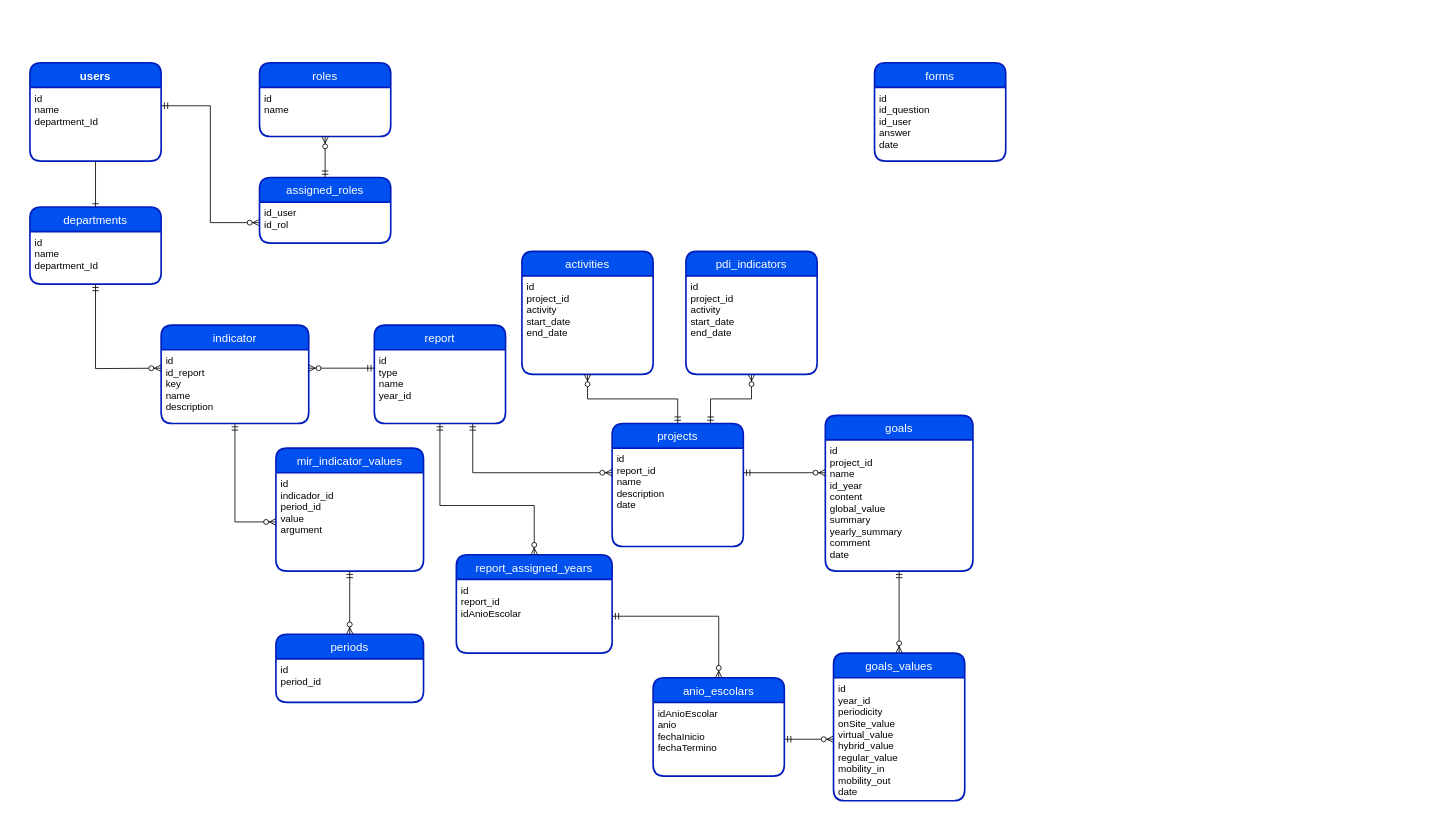
cristinacrs/diagrams keeps this draw.io diagram as Indicators.drawio. Above is the earlier version. Source tidied: cells renumbered, new cells numbered last; positions are measured from the earlier drawing's top-left corner, leaving out a move shared by most shapes. Both pictures are drawn from the tidied source at 82%, with x=0, y=0 at pixel (30, 62).
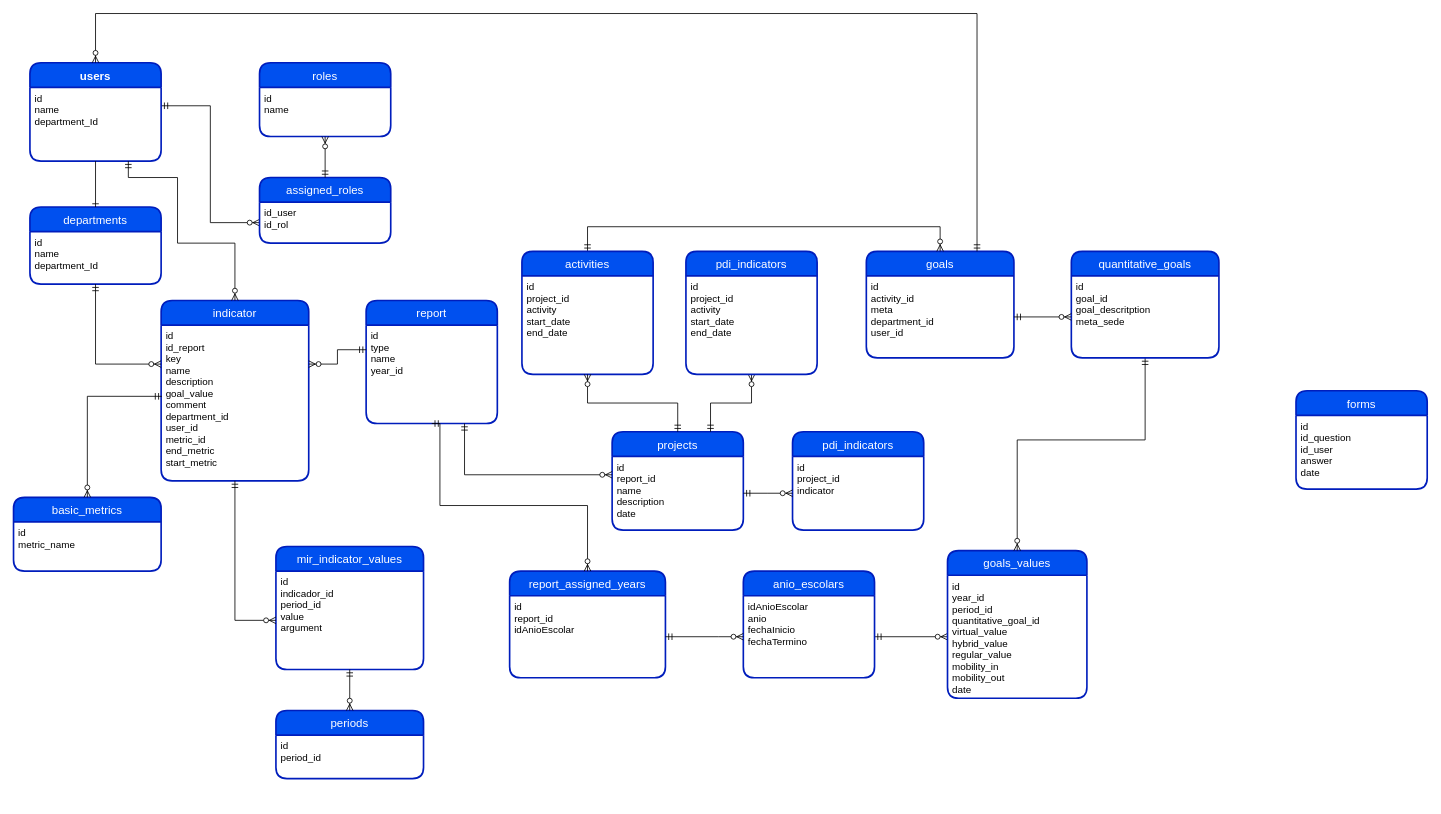
The same page after the edit.

Unchanged cells that the change refers to:
```xml
<mxCell id="3" value="users" style="swimlane;horizontal=1;startSize=30;rounded=1;fontSize=14;fontStyle=1;strokeWidth=2;shadow=0;dashed=0;align=center;fillColor=#0050ef;fontColor=#ffffff;strokeColor=#001DBC;" parent="1" vertex="1">
  <mxGeometry width="160" height="120" as="geometry" />
</mxCell>
<mxCell id="4" value="id&#10;name&#10;department_Id" style="align=left;strokeColor=none;fillColor=none;spacingLeft=4;fontSize=12;verticalAlign=top;" parent="3" vertex="1">
  <mxGeometry y="30" width="160" height="90" as="geometry" />
</mxCell>
<mxCell id="6" value="id&#10;name&#10;department_Id" style="align=left;strokeColor=none;fillColor=none;spacingLeft=4;fontSize=12;verticalAlign=top;" parent="5" vertex="1">
  <mxGeometry y="30" width="160" height="64" as="geometry" />
</mxCell>
<mxCell id="44" value="activities" style="swimlane;horizontal=1;startSize=30;rounded=1;fontSize=14;fontStyle=0;strokeWidth=2;shadow=0;dashed=0;align=center;fillColor=#0050ef;fontColor=#ffffff;strokeColor=#001DBC;" parent="1" vertex="1">
  <mxGeometry x="600" y="230" width="160" height="150" as="geometry" />
</mxCell>
```

Diff of the diagram source:
```diff
@@
-    <mxCell id="14" value="forms" style="swimlane;horizontal=1;startSize=30;rounded=1;fontSize=14;fontStyle=0;strokeWidth=2;shadow=0;dashed=0;align=center;fillColor=#0050ef;fontColor=#ffffff;strokeColor=#001DBC;" parent="1" vertex="1">
-      <mxGeometry x="1030" width="160" height="120" as="geometry" />
-    </mxCell>
-    <mxCell id="15" value="id&#10;id_question&#10;id_user&#10;answer&#10;date" style="align=left;strokeColor=none;fillColor=none;spacingLeft=4;fontSize=12;verticalAlign=top;" parent="14" vertex="1">
-      <mxGeometry y="30" width="160" height="90" as="geometry" />
-    </mxCell>
     <mxCell id="16" value="report" style="swimlane;horizontal=1;startSize=30;rounded=1;fontSize=14;fontStyle=0;strokeWidth=2;shadow=0;dashed=0;align=center;fillColor=#0050ef;fontColor=#ffffff;strokeColor=#001DBC;" parent="1" vertex="1">
-      <mxGeometry x="420" y="320" width="160" height="120" as="geometry" />
+      <mxGeometry x="410" y="290" width="160" height="150" as="geometry" />
     </mxCell>
     <mxCell id="17" value="id&#10;type&#10;name&#10;year_id" style="align=left;strokeColor=none;fillColor=none;spacingLeft=4;fontSize=12;verticalAlign=top;" parent="16" vertex="1">
-      <mxGeometry y="30" width="160" height="90" as="geometry" />
+      <mxGeometry y="30" width="160" height="120" as="geometry" />
     </mxCell>
     <mxCell id="18" value="indicator" style="swimlane;horizontal=1;startSize=30;rounded=1;fontSize=14;fontStyle=0;strokeWidth=2;shadow=0;dashed=0;align=center;fillColor=#0050ef;fontColor=#ffffff;strokeColor=#001DBC;" parent="1" vertex="1">
-      <mxGeometry x="160" y="320" width="180" height="120" as="geometry" />
+      <mxGeometry x="160" y="290" width="180" height="220" as="geometry" />
     </mxCell>
-    <mxCell id="19" value="id&#10;id_report&#10;key&#10;name&#10;description" style="align=left;strokeColor=none;fillColor=none;spacingLeft=4;fontSize=12;verticalAlign=top;" parent="18" vertex="1">
-      <mxGeometry y="30" width="180" height="90" as="geometry" />
+    <mxCell id="19" value="id&#10;id_report&#10;key&#10;name&#10;description&#10;goal_value&#10;comment&#10;department_id&#10;user_id&#10;metric_id&#10;end_metric&#10;start_metric" style="align=left;strokeColor=none;fillColor=none;spacingLeft=4;fontSize=12;verticalAlign=top;" parent="18" vertex="1">
+      <mxGeometry y="30" width="180" height="190" as="geometry" />
     </mxCell>
-    <mxCell id="20" style="fontSize=12;html=1;endArrow=ERzeroToMany;startArrow=ERmandOne;rounded=0;verticalAlign=bottom;labelPosition=center;verticalLabelPosition=top;align=center;entryX=0;entryY=0.25;entryDx=0;entryDy=0;exitX=0.5;exitY=1;exitDx=0;exitDy=0;" parent="1" edge="1" source="6" target="19">
-      <mxGeometry relative="1" as="geometry">
-        <Array as="points">
-          <mxPoint x="80" y="373" />
-        </Array>
-      </mxGeometry>
+    <mxCell id="20" style="fontSize=12;html=1;endArrow=ERzeroToMany;startArrow=ERmandOne;rounded=0;verticalAlign=bottom;labelPosition=center;verticalLabelPosition=top;align=center;entryX=0;entryY=0.25;entryDx=0;entryDy=0;exitX=0.5;exitY=1;exitDx=0;exitDy=0;edgeStyle=orthogonalEdgeStyle;" parent="1" edge="1" source="6" target="19">
+      <mxGeometry relative="1" as="geometry" />
     </mxCell>
     <mxCell id="21" value="mir_indicator_values" style="swimlane;horizontal=1;startSize=30;rounded=1;fontSize=14;fontStyle=0;strokeWidth=2;shadow=0;dashed=0;align=center;fillColor=#0050ef;fontColor=#ffffff;strokeColor=#001DBC;" parent="1" vertex="1">
-      <mxGeometry x="300" y="470" width="180" height="150" as="geometry" />
+      <mxGeometry x="300" y="590" width="180" height="150" as="geometry" />
     </mxCell>
@@
-    <mxCell id="23" style="fontSize=12;html=1;endArrow=ERzeroToMany;startArrow=ERmandOne;rounded=0;verticalAlign=bottom;labelPosition=center;verticalLabelPosition=top;align=center;entryX=1;entryY=0.25;entryDx=0;entryDy=0;exitX=0;exitY=0.25;exitDx=0;exitDy=0;" parent="1" edge="1" source="17" target="19">
+    <mxCell id="23" style="fontSize=12;html=1;endArrow=ERzeroToMany;startArrow=ERmandOne;rounded=0;verticalAlign=bottom;labelPosition=center;verticalLabelPosition=top;align=center;entryX=1;entryY=0.25;entryDx=0;entryDy=0;exitX=0;exitY=0.25;exitDx=0;exitDy=0;edgeStyle=orthogonalEdgeStyle;" parent="1" edge="1" source="17" target="19">
       <mxGeometry relative="1" as="geometry" />
     </mxCell>
@@
     <mxCell id="25" value="projects" style="swimlane;horizontal=1;startSize=30;rounded=1;fontSize=14;fontStyle=0;strokeWidth=2;shadow=0;dashed=0;align=center;fillColor=#0050ef;fontColor=#ffffff;strokeColor=#001DBC;" parent="1" vertex="1">
-      <mxGeometry x="710" y="440" width="160" height="150" as="geometry" />
+      <mxGeometry x="710" y="450" width="160" height="120" as="geometry" />
     </mxCell>
     <mxCell id="26" value="id&#10;report_id&#10;name&#10;description&#10;date" style="align=left;strokeColor=none;fillColor=none;spacingLeft=4;fontSize=12;verticalAlign=top;" parent="25" vertex="1">
-      <mxGeometry y="30" width="160" height="120" as="geometry" />
+      <mxGeometry y="30" width="160" height="90" as="geometry" />
     </mxCell>
@@
     <mxCell id="28" value="goals" style="swimlane;horizontal=1;startSize=30;rounded=1;fontSize=14;fontStyle=0;strokeWidth=2;shadow=0;dashed=0;align=center;fillColor=#0050ef;fontColor=#ffffff;strokeColor=#001DBC;" parent="1" vertex="1">
-      <mxGeometry x="970" y="430" width="180" height="190" as="geometry" />
+      <mxGeometry x="1020" y="230" width="180" height="130" as="geometry" />
     </mxCell>
-    <mxCell id="29" value="id&#10;project_id&#10;name&#10;id_year&#10;content&#10;global_value&#10;summary&#10;yearly_summary&#10;comment&#10;date" style="align=left;strokeColor=none;fillColor=none;spacingLeft=4;fontSize=12;verticalAlign=top;" parent="28" vertex="1">
-      <mxGeometry y="30" width="180" height="160" as="geometry" />
+    <mxCell id="29" value="id&#10;activity_id&#10;meta&#10;department_id&#10;user_id" style="align=left;strokeColor=none;fillColor=none;spacingLeft=4;fontSize=12;verticalAlign=top;" parent="28" vertex="1">
+      <mxGeometry y="30" width="180" height="100" as="geometry" />
     </mxCell>
-    <mxCell id="30" style="fontSize=12;html=1;endArrow=ERzeroToMany;startArrow=ERmandOne;rounded=0;verticalAlign=bottom;labelPosition=center;verticalLabelPosition=top;align=center;exitX=1;exitY=0.25;exitDx=0;exitDy=0;edgeStyle=orthogonalEdgeStyle;entryX=0;entryY=0.25;entryDx=0;entryDy=0;" parent="1" edge="1" source="26" target="29">
-      <mxGeometry relative="1" as="geometry" />
+    <mxCell id="30" style="fontSize=12;html=1;endArrow=ERzeroToMany;startArrow=ERmandOne;rounded=0;verticalAlign=bottom;labelPosition=center;verticalLabelPosition=top;align=center;exitX=0.5;exitY=0;exitDx=0;exitDy=0;edgeStyle=orthogonalEdgeStyle;entryX=0.5;entryY=0;entryDx=0;entryDy=0;" parent="1" edge="1" source="44" target="28">
+      <mxGeometry relative="1" as="geometry">
+        <Array as="points">
+          <mxPoint x="680" y="200" />
+          <mxPoint x="1110" y="200" />
+        </Array>
+      </mxGeometry>
     </mxCell>
@@
     <mxCell id="32" value="goals_values" style="swimlane;horizontal=1;startSize=30;rounded=1;fontSize=14;fontStyle=0;strokeWidth=2;shadow=0;dashed=0;align=center;fillColor=#0050ef;fontColor=#ffffff;strokeColor=#001DBC;" parent="1" vertex="1">
-      <mxGeometry x="980" y="720" width="160" height="180" as="geometry" />
+      <mxGeometry x="1119" y="595" width="170" height="180" as="geometry" />
     </mxCell>
-    <mxCell id="33" value="id&#10;year_id&#10;periodicity&#10;onSite_value&#10;virtual_value&#10;hybrid_value&#10;regular_value&#10;mobility_in&#10;mobility_out&#10;date" style="align=left;strokeColor=none;fillColor=none;spacingLeft=4;fontSize=12;verticalAlign=top;" parent="32" vertex="1">
-      <mxGeometry y="30" width="160" height="150" as="geometry" />
+    <mxCell id="33" value="id&#10;year_id&#10;period_id&#10;quantitative_goal_id&#10;virtual_value&#10;hybrid_value&#10;regular_value&#10;mobility_in&#10;mobility_out&#10;date" style="align=left;strokeColor=none;fillColor=none;spacingLeft=4;fontSize=12;verticalAlign=top;" parent="32" vertex="1">
+      <mxGeometry y="30" width="170" height="150" as="geometry" />
     </mxCell>
-    <mxCell id="34" style="fontSize=12;html=1;endArrow=ERzeroToMany;startArrow=ERmandOne;rounded=0;verticalAlign=bottom;labelPosition=center;verticalLabelPosition=top;align=center;edgeStyle=orthogonalEdgeStyle;entryX=0.5;entryY=0;entryDx=0;entryDy=0;exitX=0.5;exitY=1;exitDx=0;exitDy=0;" parent="1" edge="1" source="29" target="32">
+    <mxCell id="34" style="fontSize=12;html=1;endArrow=ERzeroToMany;startArrow=ERmandOne;rounded=0;verticalAlign=bottom;labelPosition=center;verticalLabelPosition=top;align=center;edgeStyle=orthogonalEdgeStyle;entryX=0.5;entryY=0;entryDx=0;entryDy=0;exitX=0.5;exitY=1;exitDx=0;exitDy=0;" parent="1" edge="1" source="54" target="32">
       <mxGeometry relative="1" as="geometry">
         <Array as="points">
-          <mxPoint x="1060" y="720" />
+          <mxPoint x="1360" y="460" />
         </Array>
       </mxGeometry>
     </mxCell>
     <mxCell id="35" value="periods" style="swimlane;horizontal=1;startSize=30;rounded=1;fontSize=14;fontStyle=0;strokeWidth=2;shadow=0;dashed=0;align=center;fillColor=#0050ef;fontColor=#ffffff;strokeColor=#001DBC;" parent="1" vertex="1">
-      <mxGeometry x="300" y="697" width="180" height="83" as="geometry" />
+      <mxGeometry x="300" y="790" width="180" height="83" as="geometry" />
     </mxCell>
@@
     <mxCell id="38" value="report_assigned_years" style="swimlane;horizontal=1;startSize=30;rounded=1;fontSize=14;fontStyle=0;strokeWidth=2;shadow=0;dashed=0;align=center;fillColor=#0050ef;fontColor=#ffffff;strokeColor=#001DBC;" parent="1" vertex="1">
-      <mxGeometry x="520" y="600" width="190" height="120" as="geometry" />
+      <mxGeometry x="585" y="620" width="190" height="130" as="geometry" />
     </mxCell>
     <mxCell id="39" value="id&#10;report_id&#10;idAnioEscolar" style="align=left;strokeColor=none;fillColor=none;spacingLeft=4;fontSize=12;verticalAlign=top;" parent="38" vertex="1">
-      <mxGeometry y="30" width="190" height="90" as="geometry" />
+      <mxGeometry y="30" width="190" height="100" as="geometry" />
     </mxCell>
     <mxCell id="40" style="fontSize=12;html=1;endArrow=ERzeroToMany;startArrow=ERmandOne;rounded=0;verticalAlign=bottom;labelPosition=center;verticalLabelPosition=top;align=center;edgeStyle=orthogonalEdgeStyle;entryX=0.5;entryY=0;entryDx=0;entryDy=0;exitX=0.5;exitY=1;exitDx=0;exitDy=0;" parent="1" edge="1" source="17" target="38">
       <mxGeometry relative="1" as="geometry">
         <Array as="points">
           <mxPoint x="500" y="540" />
-          <mxPoint x="615" y="540" />
+          <mxPoint x="680" y="540" />
         </Array>
       </mxGeometry>
     </mxCell>
     <mxCell id="41" value="anio_escolars" style="swimlane;horizontal=1;startSize=30;rounded=1;fontSize=14;fontStyle=0;strokeWidth=2;shadow=0;dashed=0;align=center;fillColor=#0050ef;fontColor=#ffffff;strokeColor=#001DBC;" parent="1" vertex="1">
-      <mxGeometry x="760" y="750" width="160" height="120" as="geometry" />
+      <mxGeometry x="870" y="620" width="160" height="130" as="geometry" />
     </mxCell>
     <mxCell id="42" value="idAnioEscolar&#10;anio&#10;fechaInicio&#10;fechaTermino" style="align=left;strokeColor=none;fillColor=none;spacingLeft=4;fontSize=12;verticalAlign=top;" parent="41" vertex="1">
-      <mxGeometry y="30" width="160" height="90" as="geometry" />
+      <mxGeometry y="30" width="160" height="100" as="geometry" />
     </mxCell>
-    <mxCell id="43" style="fontSize=12;html=1;endArrow=ERzeroToMany;startArrow=ERmandOne;rounded=0;verticalAlign=bottom;labelPosition=center;verticalLabelPosition=top;align=center;exitX=1;exitY=0.5;exitDx=0;exitDy=0;edgeStyle=orthogonalEdgeStyle;entryX=0.5;entryY=0;entryDx=0;entryDy=0;" parent="1" edge="1" source="39" target="41">
-      <mxGeometry relative="1" as="geometry" />
+    <mxCell id="43" style="fontSize=12;html=1;endArrow=ERzeroToMany;startArrow=ERmandOne;rounded=0;verticalAlign=bottom;labelPosition=center;verticalLabelPosition=top;align=center;edgeStyle=orthogonalEdgeStyle;entryX=0;entryY=0.5;entryDx=0;entryDy=0;exitX=1;exitY=0.5;exitDx=0;exitDy=0;" parent="1" edge="1" source="39" target="42">
+      <mxGeometry relative="1" as="geometry">
+        <Array as="points">
+          <mxPoint x="840" y="700" />
+          <mxPoint x="840" y="700" />
+        </Array>
+      </mxGeometry>
     </mxCell>
@@
+    <mxCell id="14" value="forms" style="swimlane;horizontal=1;startSize=30;rounded=1;fontSize=14;fontStyle=0;strokeWidth=2;shadow=0;dashed=0;align=center;fillColor=#0050ef;fontColor=#ffffff;strokeColor=#001DBC;" parent="1" vertex="1">
+      <mxGeometry x="1544" y="400" width="160" height="120" as="geometry" />
+    </mxCell>
+    <mxCell id="15" value="id&#10;id_question&#10;id_user&#10;answer&#10;date" style="align=left;strokeColor=none;fillColor=none;spacingLeft=4;fontSize=12;verticalAlign=top;" parent="14" vertex="1">
+      <mxGeometry y="30" width="160" height="90" as="geometry" />
+    </mxCell>
+    <mxCell id="50" value="pdi_indicators" style="swimlane;horizontal=1;startSize=30;rounded=1;fontSize=14;fontStyle=0;strokeWidth=2;shadow=0;dashed=0;align=center;fillColor=#0050ef;fontColor=#ffffff;strokeColor=#001DBC;" parent="1" vertex="1">
+      <mxGeometry x="930" y="450" width="160" height="120" as="geometry" />
+    </mxCell>
+    <mxCell id="51" value="id&#10;project_id&#10;indicator" style="align=left;strokeColor=none;fillColor=none;spacingLeft=4;fontSize=12;verticalAlign=top;" parent="50" vertex="1">
+      <mxGeometry y="30" width="160" height="90" as="geometry" />
+    </mxCell>
+    <mxCell id="52" style="fontSize=12;html=1;endArrow=ERzeroToMany;startArrow=ERmandOne;rounded=0;verticalAlign=bottom;labelPosition=center;verticalLabelPosition=top;align=center;edgeStyle=orthogonalEdgeStyle;exitX=1;exitY=0.5;exitDx=0;exitDy=0;entryX=0;entryY=0.5;entryDx=0;entryDy=0;" parent="1" edge="1" source="26" target="51">
+      <mxGeometry relative="1" as="geometry">
+        <Array as="points">
+          <mxPoint x="900" y="525" />
+          <mxPoint x="900" y="525" />
+        </Array>
+      </mxGeometry>
+    </mxCell>
+    <mxCell id="53" value="quantitative_goals" style="swimlane;horizontal=1;startSize=30;rounded=1;fontSize=14;fontStyle=0;strokeWidth=2;shadow=0;dashed=0;align=center;fillColor=#0050ef;fontColor=#ffffff;strokeColor=#001DBC;" parent="1" vertex="1">
+      <mxGeometry x="1270" y="230" width="180" height="130" as="geometry" />
+    </mxCell>
+    <mxCell id="54" value="id&#10;goal_id&#10;goal_descritption&#10;meta_sede&#10;" style="align=left;strokeColor=none;fillColor=none;spacingLeft=4;fontSize=12;verticalAlign=top;" parent="53" vertex="1">
+      <mxGeometry y="30" width="180" height="100" as="geometry" />
+    </mxCell>
+    <mxCell id="55" style="fontSize=12;html=1;endArrow=ERzeroToMany;startArrow=ERmandOne;rounded=0;verticalAlign=bottom;labelPosition=center;verticalLabelPosition=top;align=center;edgeStyle=orthogonalEdgeStyle;entryX=0;entryY=0.5;entryDx=0;entryDy=0;exitX=1;exitY=0.5;exitDx=0;exitDy=0;" parent="1" edge="1" source="29" target="54">
+      <mxGeometry relative="1" as="geometry" />
+    </mxCell>
+    <mxCell id="56" style="fontSize=12;html=1;endArrow=ERzeroToMany;startArrow=ERmandOne;rounded=0;verticalAlign=bottom;labelPosition=center;verticalLabelPosition=top;align=center;entryX=0.5;entryY=0;entryDx=0;entryDy=0;exitX=0.75;exitY=0;exitDx=0;exitDy=0;edgeStyle=orthogonalEdgeStyle;" parent="1" edge="1" source="28" target="3">
+      <mxGeometry relative="1" as="geometry">
+        <Array as="points">
+          <mxPoint x="1155" y="-60" />
+          <mxPoint x="80" y="-60" />
+        </Array>
+      </mxGeometry>
+    </mxCell>
+    <mxCell id="57" value="basic_metrics" style="swimlane;horizontal=1;startSize=30;rounded=1;fontSize=14;fontStyle=0;strokeWidth=2;shadow=0;dashed=0;align=center;fillColor=#0050ef;fontColor=#ffffff;strokeColor=#001DBC;" parent="1" vertex="1">
+      <mxGeometry x="-20" y="530" width="180" height="90" as="geometry" />
+    </mxCell>
+    <mxCell id="58" value="id&#10;metric_name" style="align=left;strokeColor=none;fillColor=none;spacingLeft=4;fontSize=12;verticalAlign=top;" parent="57" vertex="1">
+      <mxGeometry y="30" width="180" height="60" as="geometry" />
+    </mxCell>
+    <mxCell id="59" style="fontSize=12;html=1;endArrow=ERzeroToMany;startArrow=ERmandOne;rounded=0;verticalAlign=bottom;labelPosition=center;verticalLabelPosition=top;align=center;exitX=0.005;exitY=0.457;exitDx=0;exitDy=0;edgeStyle=orthogonalEdgeStyle;entryX=0.5;entryY=0;entryDx=0;entryDy=0;exitPerimeter=0;" parent="1" edge="1" source="19" target="57">
+      <mxGeometry relative="1" as="geometry" />
+    </mxCell>
+    <mxCell id="60" style="edgeStyle=orthogonalEdgeStyle;fontSize=12;html=1;endArrow=ERzeroToMany;startArrow=ERmandOne;rounded=0;exitX=0.75;exitY=1;exitDx=0;exitDy=0;verticalAlign=bottom;labelPosition=center;verticalLabelPosition=top;align=center;entryX=0.5;entryY=0;entryDx=0;entryDy=0;" parent="1" edge="1" source="4" target="18">
+      <mxGeometry relative="1" as="geometry">
+        <Array as="points">
+          <mxPoint x="120" y="140" />
+          <mxPoint x="180" y="140" />
+          <mxPoint x="180" y="220" />
+          <mxPoint x="250" y="220" />
+        </Array>
+      </mxGeometry>
+    </mxCell>
```
